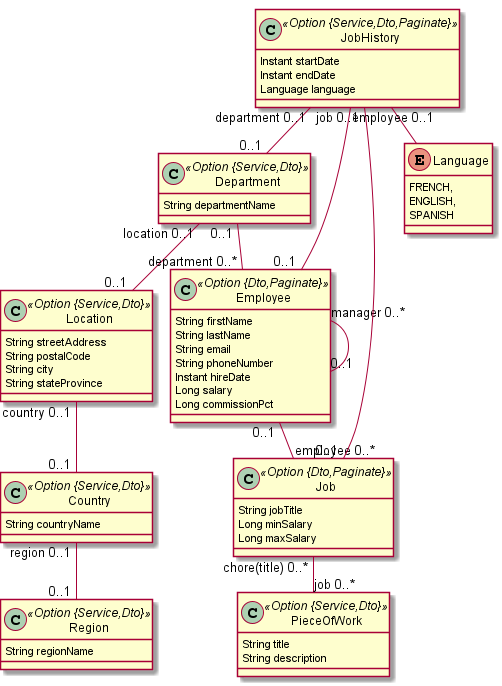
Earlier version of the PlantUML export app.png (jhipster/jhipster-sample-app-dotnetcore). Source of this version:
```plantuml
@startuml
	!pragma graphviz_dot jdot
	!pragma syntax class
	class Region <<Option {Service,Dto}>> {
		String regionName
	}
	class Country <<Option {Service,Dto}>> {
		String countryName
	}
	class Location <<Option {Service,Dto}>> {
		String streetAddress
		String postalCode
		String city
		String stateProvince
	}
	class Department <<Option {Service,Dto}>> {
		String departmentName
	}
	class PieceOfWork <<Option {Service,Dto}>> {
		String title
		String description
	}
	class Employee <<Option {Dto,Paginate}>> {
		String firstName
		String lastName
		String email
		String phoneNumber
		Instant hireDate
		Long salary
		Long commissionPct
	}
	class Job <<Option {Dto,Paginate}>> {
		String jobTitle
		Long minSalary
		Long maxSalary
	}
	class JobHistory <<Option {Service,Dto,Paginate}>> {
		Instant startDate
		Instant endDate
		Language language
	}
	JobHistory ..> Language
	enum Language {
		FRENCH,
		ENGLISH,
		SPANISH
	}
	Country  "region 0..1 " -- "0..1 "  Region
	Location  "country 0..1 " -- "0..1 "  Country
	Department  "location 0..1 " -- "0..1 "  Location
	Employee  "0..1 " --o "employee 0..* "  Job
	Department  "0..1 " --o "department 0..* "  Employee
	Employee  "manager 0..* " o-- "0..1 "  Employee
	JobHistory  "job 0..1 " -- "0..1 "  Job
	JobHistory  "department 0..1 " -- "0..1 "  Department
	JobHistory  "employee 0..1 " -- "0..1 "  Employee
	Job  "chore(title) 0..* " o--o "job 0..* "  PieceOfWork
@enduml
```
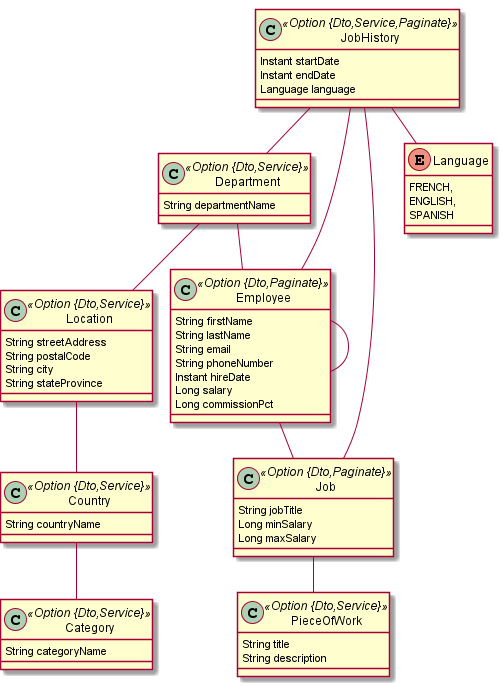
The same diagram one commit later.

What changed in the source:
```diff
@@ -1,22 +1,22 @@
 @startuml
 	!pragma graphviz_dot jdot
 	!pragma syntax class
-	class Region <<Option {Service,Dto}>> {
-		String regionName
+	class Category <<Option {Dto,Service}>> {
+		String categoryName
 	}
-	class Country <<Option {Service,Dto}>> {
+	class Country <<Option {Dto,Service}>> {
 		String countryName
 	}
-	class Location <<Option {Service,Dto}>> {
+	class Location <<Option {Dto,Service}>> {
 		String streetAddress
 		String postalCode
 		String city
 		String stateProvince
 	}
-	class Department <<Option {Service,Dto}>> {
+	class Department <<Option {Dto,Service}>> {
 		String departmentName
 	}
-	class PieceOfWork <<Option {Service,Dto}>> {
+	class PieceOfWork <<Option {Dto,Service}>> {
 		String title
 		String description
 	}
@@ -34,7 +34,7 @@
 		Long minSalary
 		Long maxSalary
 	}
-	class JobHistory <<Option {Service,Dto,Paginate}>> {
+	class JobHistory <<Option {Dto,Service,Paginate}>> {
 		Instant startDate
 		Instant endDate
 		Language language
@@ -45,7 +45,7 @@
 		ENGLISH,
 		SPANISH
 	}
-	Country  "region 0..1 " -- "0..1 "  Region
+	Country  "category 0..1 " -- "0..1 "  Category
 	Location  "country 0..1 " -- "0..1 "  Country
 	Department  "location 0..1 " -- "0..1 "  Location
 	Employee  "0..1 " --o "employee 0..* "  Job
```
